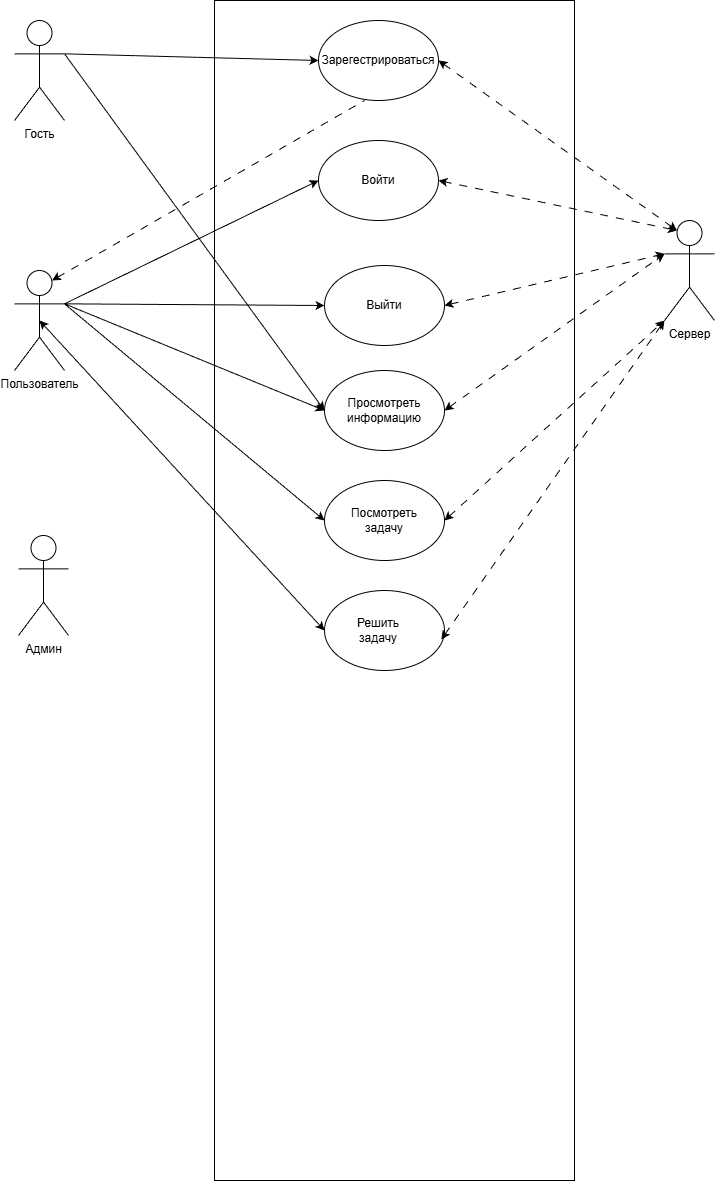
lububu-ai/DreamTeam keeps this draw.io diagram as diargamma/Use-Case.drawio.png. Above is the earlier version. Source tidied: cells renumbered, new cells last; positions are measured from the earlier drawing's top-left corner, leaving out a move shared by most shapes.
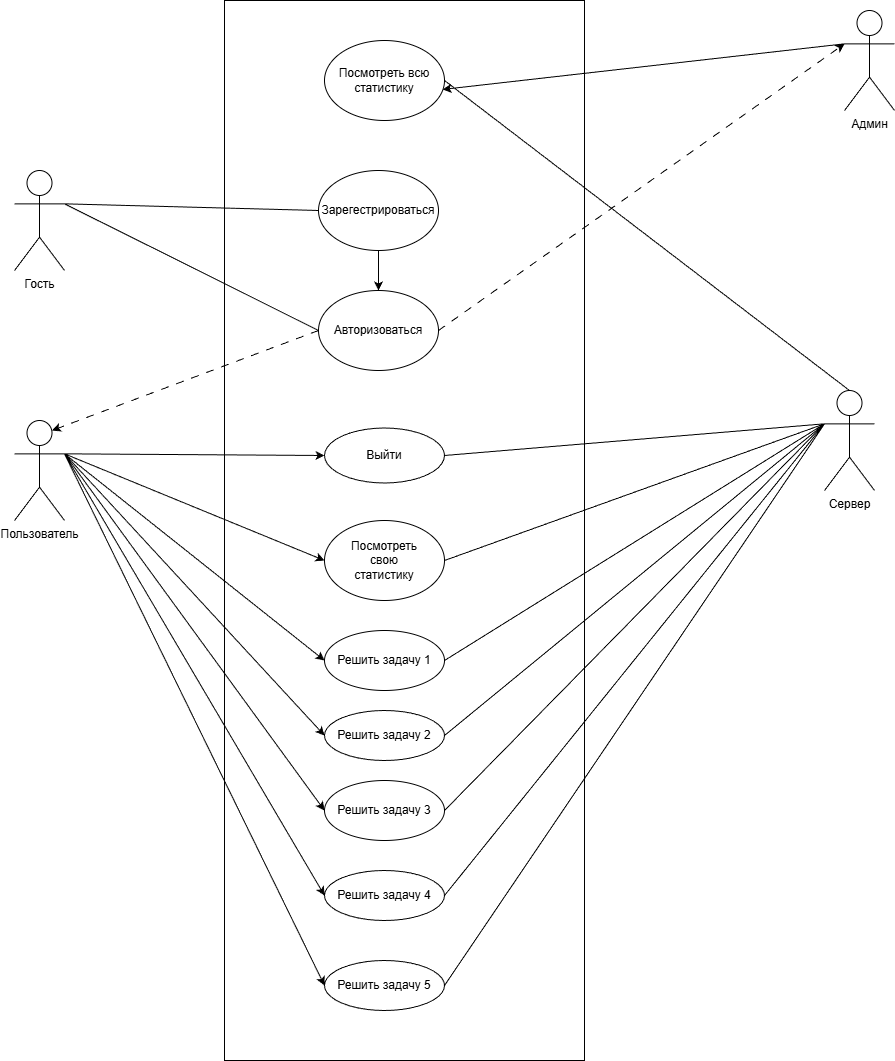
After the commit.

Change to the diagram source:
```diff
@@ -3,7 +3,7 @@
     <mxCell id="0" />
     <mxCell id="1" parent="0" />
     <mxCell id="2" style="rounded=0;whiteSpace=wrap;html=1;" parent="1" vertex="1">
-      <mxGeometry x="200" width="360" height="1180" as="geometry" />
+      <mxGeometry x="210" y="-150" width="360" height="1060" as="geometry" />
     </mxCell>
     <mxCell id="3" value="Гость" style="shape=umlActor;verticalLabelPosition=bottom;verticalAlign=top;html=1;outlineConnect=0;" parent="1" vertex="1">
       <mxGeometry y="20" width="50" height="100" as="geometry" />
@@ -12,7 +12,7 @@
       <mxGeometry y="270" width="50" height="100" as="geometry" />
     </mxCell>
     <mxCell id="5" value="&lt;div&gt;Сервер&lt;/div&gt;" style="shape=umlActor;verticalLabelPosition=bottom;verticalAlign=top;html=1;outlineConnect=0;" parent="1" vertex="1">
-      <mxGeometry x="650" y="220" width="50" height="100" as="geometry" />
+      <mxGeometry x="810" y="240" width="50" height="100" as="geometry" />
     </mxCell>
     <mxCell id="6" style="group;" parent="1" vertex="1">
       <mxGeometry x="304" y="20" width="120" height="80" as="geometry" />
@@ -23,16 +23,11 @@
     <mxCell id="8" value="Зарегестрироваться" style="text;html=1;whiteSpace=wrap;strokeColor=none;fillColor=none;align=center;verticalAlign=middle;rounded=0;" parent="6" vertex="1">
       <mxGeometry x="30" y="25" width="60" height="30" as="geometry" />
     </mxCell>
-    <mxCell id="9" style="endArrow=none;html=1;rounded=0;exitX=0.75;exitY=0.1;exitDx=0;exitDy=0;exitPerimeter=0;dashed=1;startArrow=classic;startFill=1;dashPattern=8 8;" parent="1" edge="1" source="4">
-      <mxGeometry relative="1" as="geometry">
-        <mxPoint x="350" y="100" as="targetPoint" />
-      </mxGeometry>
-    </mxCell>
     <mxCell id="10" style="group;" parent="1" vertex="1">
       <mxGeometry x="310" y="260" width="120" height="80" as="geometry" />
     </mxCell>
     <mxCell id="11" style="ellipse;whiteSpace=wrap;html=1;" parent="10" vertex="1">
-      <mxGeometry y="5" width="120" height="80" as="geometry" />
+      <mxGeometry y="17.5" width="120" height="55" as="geometry" />
     </mxCell>
     <mxCell id="12" value="Выйти" style="text;html=1;whiteSpace=wrap;strokeColor=none;fillColor=none;align=center;verticalAlign=middle;rounded=0;" parent="10" vertex="1">
       <mxGeometry x="30" y="30" width="60" height="30" as="geometry" />
@@ -43,34 +38,25 @@
     <mxCell id="14" style="ellipse;whiteSpace=wrap;html=1;" parent="13" vertex="1">
       <mxGeometry width="120" height="80" as="geometry" />
     </mxCell>
-    <mxCell id="15" value="Просмотреть информацию" style="text;html=1;whiteSpace=wrap;strokeColor=none;fillColor=none;align=center;verticalAlign=middle;rounded=0;" parent="13" vertex="1">
+    <mxCell id="15" value="Посмотреть свою статистику" style="text;html=1;whiteSpace=wrap;strokeColor=none;fillColor=none;align=center;verticalAlign=middle;rounded=0;" parent="13" vertex="1">
       <mxGeometry x="30" y="25" width="60" height="30" as="geometry" />
     </mxCell>
     <mxCell id="16" style="ellipse;whiteSpace=wrap;html=1;" parent="1" vertex="1">
       <mxGeometry x="304" y="140" width="120" height="80" as="geometry" />
     </mxCell>
-    <mxCell id="17" value="Войти" style="text;html=1;whiteSpace=wrap;strokeColor=none;fillColor=none;align=center;verticalAlign=middle;rounded=0;" parent="1" vertex="1">
+    <mxCell id="17" value="Авторизоваться" style="text;html=1;whiteSpace=wrap;strokeColor=none;fillColor=none;align=center;verticalAlign=middle;rounded=0;" parent="1" vertex="1">
       <mxGeometry x="334" y="165" width="60" height="30" as="geometry" />
     </mxCell>
-    <mxCell id="18" style="ellipse;whiteSpace=wrap;html=1;" parent="1" vertex="1">
-      <mxGeometry x="310" y="480" width="120" height="80" as="geometry" />
-    </mxCell>
-    <mxCell id="19" value="Посмотреть задачу" style="text;html=1;whiteSpace=wrap;strokeColor=none;fillColor=none;align=center;verticalAlign=middle;rounded=0;" parent="1" vertex="1">
-      <mxGeometry x="340" y="505" width="60" height="30" as="geometry" />
-    </mxCell>
-    <mxCell id="20" style="ellipse;whiteSpace=wrap;html=1;" parent="1" vertex="1">
-      <mxGeometry x="310" y="590" width="120" height="80" as="geometry" />
+    <mxCell id="20" value="Решить задачу 3" style="ellipse;whiteSpace=wrap;html=1;" parent="1" vertex="1">
+      <mxGeometry x="310" y="630" width="120" height="60" as="geometry" />
     </mxCell>
-    <mxCell id="21" value="Решить задачу" style="text;html=1;whiteSpace=wrap;strokeColor=none;fillColor=none;align=center;verticalAlign=middle;rounded=0;" parent="1" vertex="1">
-      <mxGeometry x="334" y="615" width="60" height="30" as="geometry" />
-    </mxCell>
-    <mxCell id="22" style="endArrow=classic;html=1;rounded=0;exitX=1;exitY=0.3333333333333333;exitDx=0;exitDy=0;exitPerimeter=0;entryX=0;entryY=0.5;entryDx=0;entryDy=0;" parent="1" edge="1" source="3" target="7">
+    <mxCell id="22" style="endArrow=none;html=1;rounded=0;exitX=1;exitY=0.3333333333333333;exitDx=0;exitDy=0;exitPerimeter=0;entryX=0;entryY=0.5;entryDx=0;entryDy=0;endFill=0;" parent="1" edge="1" source="3" target="7">
       <mxGeometry relative="1" as="geometry" />
     </mxCell>
-    <mxCell id="23" style="endArrow=classic;html=1;rounded=0;entryX=0;entryY=0.5;entryDx=0;entryDy=0;exitX=1;exitY=0.3333333333333333;exitDx=0;exitDy=0;exitPerimeter=0;" parent="1" edge="1" source="3" target="14">
+    <mxCell id="23" style="endArrow=none;html=1;rounded=0;entryX=0;entryY=0.5;entryDx=0;entryDy=0;exitX=1;exitY=0.3333333333333333;exitDx=0;exitDy=0;exitPerimeter=0;endFill=0;" parent="1" edge="1" source="3" target="16">
       <mxGeometry relative="1" as="geometry" />
     </mxCell>
-    <mxCell id="24" style="endArrow=classic;html=1;rounded=0;exitX=1;exitY=0.3333333333333333;exitDx=0;exitDy=0;exitPerimeter=0;entryX=0;entryY=0.5;entryDx=0;entryDy=0;" parent="1" edge="1" source="4" target="16">
+    <mxCell id="24" style="endArrow=classic;html=1;rounded=0;entryX=0.75;entryY=0.1;entryDx=0;entryDy=0;entryPerimeter=0;exitX=0;exitY=0.5;exitDx=0;exitDy=0;dashed=1;dashPattern=8 8;" parent="1" edge="1" source="16" target="4">
       <mxGeometry relative="1" as="geometry" />
     </mxCell>
     <mxCell id="25" style="endArrow=classic;html=1;rounded=0;exitX=1;exitY=0.3333333333333333;exitDx=0;exitDy=0;exitPerimeter=0;entryX=0;entryY=0.5;entryDx=0;entryDy=0;" parent="1" edge="1" source="4" target="11">
@@ -79,32 +65,71 @@
     <mxCell id="26" style="endArrow=classic;html=1;rounded=0;exitX=1;exitY=0.3333333333333333;exitDx=0;exitDy=0;exitPerimeter=0;entryX=0;entryY=0.5;entryDx=0;entryDy=0;" parent="1" edge="1" source="4" target="14">
       <mxGeometry relative="1" as="geometry" />
     </mxCell>
-    <mxCell id="27" style="endArrow=classic;html=1;rounded=0;exitX=1;exitY=0.3333333333333333;exitDx=0;exitDy=0;exitPerimeter=0;entryX=0;entryY=0.5;entryDx=0;entryDy=0;" parent="1" edge="1" source="4" target="18">
-      <mxGeometry relative="1" as="geometry" />
-    </mxCell>
-    <mxCell id="28" style="endArrow=classic;startArrow=classic;html=1;rounded=0;entryX=0;entryY=0.5;entryDx=0;entryDy=0;exitX=0.5;exitY=0.5;exitDx=0;exitDy=0;exitPerimeter=0;" parent="1" edge="1" source="4" target="20">
-      <mxGeometry relative="1" as="geometry" />
-    </mxCell>
     <mxCell id="29" value="Админ" style="shape=umlActor;verticalLabelPosition=bottom;verticalAlign=top;html=1;outlineConnect=0;" parent="1" vertex="1">
-      <mxGeometry x="4" y="535" width="50" height="100" as="geometry" />
+      <mxGeometry x="830" y="-140" width="50" height="100" as="geometry" />
     </mxCell>
-    <mxCell id="30" style="endArrow=classic;startArrow=classic;html=1;rounded=0;exitX=1;exitY=0.5;exitDx=0;exitDy=0;entryX=0.25;entryY=0.1;entryDx=0;entryDy=0;entryPerimeter=0;dashed=1;dashPattern=8 8;" parent="1" edge="1" source="7" target="5">
-      <mxGeometry relative="1" as="geometry" />
-    </mxCell>
-    <mxCell id="31" style="endArrow=classic;startArrow=classic;html=1;rounded=0;entryX=1;entryY=0.5;entryDx=0;entryDy=0;exitX=0.25;exitY=0.1;exitDx=0;exitDy=0;exitPerimeter=0;dashed=1;dashPattern=8 8;" parent="1" edge="1" source="5" target="16">
-      <mxGeometry relative="1" as="geometry" />
-    </mxCell>
-    <mxCell id="32" style="endArrow=classic;startArrow=classic;html=1;rounded=0;entryX=0;entryY=0.3333333333333333;entryDx=0;entryDy=0;entryPerimeter=0;exitX=1;exitY=0.5;exitDx=0;exitDy=0;dashed=1;dashPattern=8 8;" parent="1" edge="1" source="11" target="5">
+    <mxCell id="32" style="endArrow=none;startArrow=none;html=1;rounded=0;entryX=0;entryY=0.3333333333333333;entryDx=0;entryDy=0;entryPerimeter=0;exitX=1;exitY=0.5;exitDx=0;exitDy=0;startFill=0;endFill=0;" parent="1" edge="1" source="11" target="5">
       <mxGeometry relative="1" as="geometry" />
     </mxCell>
-    <mxCell id="33" style="endArrow=classic;startArrow=classic;html=1;rounded=0;entryX=0;entryY=0.3333333333333333;entryDx=0;entryDy=0;entryPerimeter=0;exitX=1;exitY=0.5;exitDx=0;exitDy=0;dashed=1;dashPattern=8 8;" parent="1" edge="1" source="14" target="5">
+    <mxCell id="33" style="endArrow=none;startArrow=none;html=1;rounded=0;entryX=0;entryY=0.3333333333333333;entryDx=0;entryDy=0;entryPerimeter=0;exitX=1;exitY=0.5;exitDx=0;exitDy=0;startFill=0;endFill=0;" parent="1" edge="1" source="14" target="5">
       <mxGeometry relative="1" as="geometry" />
     </mxCell>
-    <mxCell id="34" style="endArrow=classic;startArrow=classic;html=1;rounded=0;entryX=0;entryY=1;entryDx=0;entryDy=0;entryPerimeter=0;exitX=1;exitY=0.5;exitDx=0;exitDy=0;dashed=1;dashPattern=8 8;" parent="1" edge="1" source="18" target="5">
-      <mxGeometry relative="1" as="geometry" />
-    </mxCell>
+    <mxCell id="36" style="endArrow=classic;html=1;rounded=0;exitX=0.5;exitY=1;exitDx=0;exitDy=0;entryX=0.5;entryY=0;entryDx=0;entryDy=0;" parent="1" edge="1" source="7" target="16">
+      <mxGeometry relative="1" as="geometry" />
+    </mxCell>
+    <mxCell id="37" style="endArrow=classic;html=1;rounded=0;exitX=1;exitY=0.5;exitDx=0;exitDy=0;entryX=0;entryY=0.3333333333333333;entryDx=0;entryDy=0;entryPerimeter=0;dashed=1;dashPattern=8 8;" parent="1" edge="1" source="16" target="29">
+      <mxGeometry relative="1" as="geometry" />
+    </mxCell>
+    <mxCell id="38" value="Посмотреть всю статистику" style="ellipse;whiteSpace=wrap;html=1;" parent="1" vertex="1">
+      <mxGeometry x="310" y="-110" width="120" height="80" as="geometry" />
+    </mxCell>
+    <mxCell id="39" style="endArrow=classic;html=1;rounded=0;entryX=0.984;entryY=0.612;entryDx=0;entryDy=0;entryPerimeter=0;exitX=0;exitY=0.3333333333333333;exitDx=0;exitDy=0;exitPerimeter=0;" parent="1" edge="1" source="29" target="38">
+      <mxGeometry relative="1" as="geometry" />
+    </mxCell>
+    <mxCell id="40" style="endArrow=none;html=1;rounded=0;exitX=1;exitY=0.5;exitDx=0;exitDy=0;entryX=0.5;entryY=0;entryDx=0;entryDy=0;entryPerimeter=0;" parent="1" edge="1" source="38" target="5">
+      <mxGeometry relative="1" as="geometry" />
+    </mxCell>
+    <mxCell id="41" value="Решить задачу 1" style="ellipse;whiteSpace=wrap;html=1;" parent="1" vertex="1">
+      <mxGeometry x="310" y="480" width="120" height="60" as="geometry" />
+    </mxCell>
+    <mxCell id="42" value="Решить задачу 2" style="ellipse;whiteSpace=wrap;html=1;" parent="1" vertex="1">
+      <mxGeometry x="310" y="560" width="120" height="50" as="geometry" />
+    </mxCell>
+    <mxCell id="43" value="Решить задачу 4" style="ellipse;whiteSpace=wrap;html=1;" parent="1" vertex="1">
+      <mxGeometry x="310" y="720" width="120" height="50" as="geometry" />
+    </mxCell>
+    <mxCell id="44" value="Решить задачу 5" style="ellipse;whiteSpace=wrap;html=1;" parent="1" vertex="1">
+      <mxGeometry x="310" y="810" width="120" height="50" as="geometry" />
+    </mxCell>
+    <mxCell id="45" style="endArrow=classic;html=1;rounded=0;exitX=1;exitY=0.3333333333333333;exitDx=0;exitDy=0;exitPerimeter=0;entryX=0;entryY=0.5;entryDx=0;entryDy=0;" parent="1" edge="1" source="4" target="41">
+      <mxGeometry relative="1" as="geometry" />
+    </mxCell>
+    <mxCell id="46" style="endArrow=classic;html=1;rounded=0;exitX=1;exitY=0.3333333333333333;exitDx=0;exitDy=0;exitPerimeter=0;entryX=0;entryY=0.5;entryDx=0;entryDy=0;" parent="1" edge="1" source="4" target="42">
+      <mxGeometry relative="1" as="geometry" />
+    </mxCell>
+    <mxCell id="28" style="endArrow=classic;html=1;rounded=0;exitX=1;exitY=0.3333333333333333;exitDx=0;exitDy=0;exitPerimeter=0;entryX=0;entryY=0.5;entryDx=0;entryDy=0;" parent="1" edge="1" source="4" target="20">
+      <mxGeometry relative="1" as="geometry" />
+    </mxCell>
+    <mxCell id="47" style="endArrow=classic;html=1;rounded=0;exitX=1;exitY=0.3333333333333333;exitDx=0;exitDy=0;exitPerimeter=0;entryX=0;entryY=0.5;entryDx=0;entryDy=0;" parent="1" edge="1" source="4" target="44">
+      <mxGeometry relative="1" as="geometry" />
+    </mxCell>
+    <mxCell id="48" style="endArrow=classic;html=1;rounded=0;exitX=1;exitY=0.3333333333333333;exitDx=0;exitDy=0;exitPerimeter=0;entryX=0;entryY=0.5;entryDx=0;entryDy=0;" parent="1" edge="1" source="4" target="43">
+      <mxGeometry relative="1" as="geometry" />
+    </mxCell>
+    <mxCell id="49" style="endArrow=none;html=1;rounded=0;exitX=1;exitY=0.5;exitDx=0;exitDy=0;entryX=0;entryY=0.3333333333333333;entryDx=0;entryDy=0;entryPerimeter=0;" parent="1" edge="1" source="41" target="5">
+      <mxGeometry relative="1" as="geometry" />
+    </mxCell>
+    <mxCell id="50" style="endArrow=none;html=1;rounded=0;exitX=1;exitY=0.5;exitDx=0;exitDy=0;entryX=0;entryY=0.3333333333333333;entryDx=0;entryDy=0;entryPerimeter=0;" parent="1" edge="1" source="42" target="5">
+      <mxGeometry relative="1" as="geometry" />
+    </mxCell>
-    <mxCell id="35" style="endArrow=classic;startArrow=classic;html=1;rounded=0;entryX=0;entryY=1;entryDx=0;entryDy=0;entryPerimeter=0;exitX=0.974;exitY=0.611;exitDx=0;exitDy=0;exitPerimeter=0;dashed=1;dashPattern=8 8;" parent="1" edge="1" source="20" target="5">
+    <mxCell id="35" style="endArrow=none;html=1;rounded=0;exitX=1;exitY=0.5;exitDx=0;exitDy=0;entryX=0;entryY=0.3333333333333333;entryDx=0;entryDy=0;entryPerimeter=0;" parent="1" edge="1" source="20" target="5">
       <mxGeometry relative="1" as="geometry" />
     </mxCell>
+    <mxCell id="51" style="endArrow=none;html=1;rounded=0;exitX=1;exitY=0.5;exitDx=0;exitDy=0;entryX=0;entryY=0.3333333333333333;entryDx=0;entryDy=0;entryPerimeter=0;" parent="1" edge="1" source="43" target="5">
+      <mxGeometry relative="1" as="geometry" />
+    </mxCell>
+    <mxCell id="52" style="endArrow=none;html=1;rounded=0;exitX=1;exitY=0.5;exitDx=0;exitDy=0;entryX=0;entryY=0.3333333333333333;entryDx=0;entryDy=0;entryPerimeter=0;" parent="1" edge="1" source="44" target="5">
+      <mxGeometry relative="1" as="geometry" />
+    </mxCell>
   </root>
 </mxGraphModel>
```
